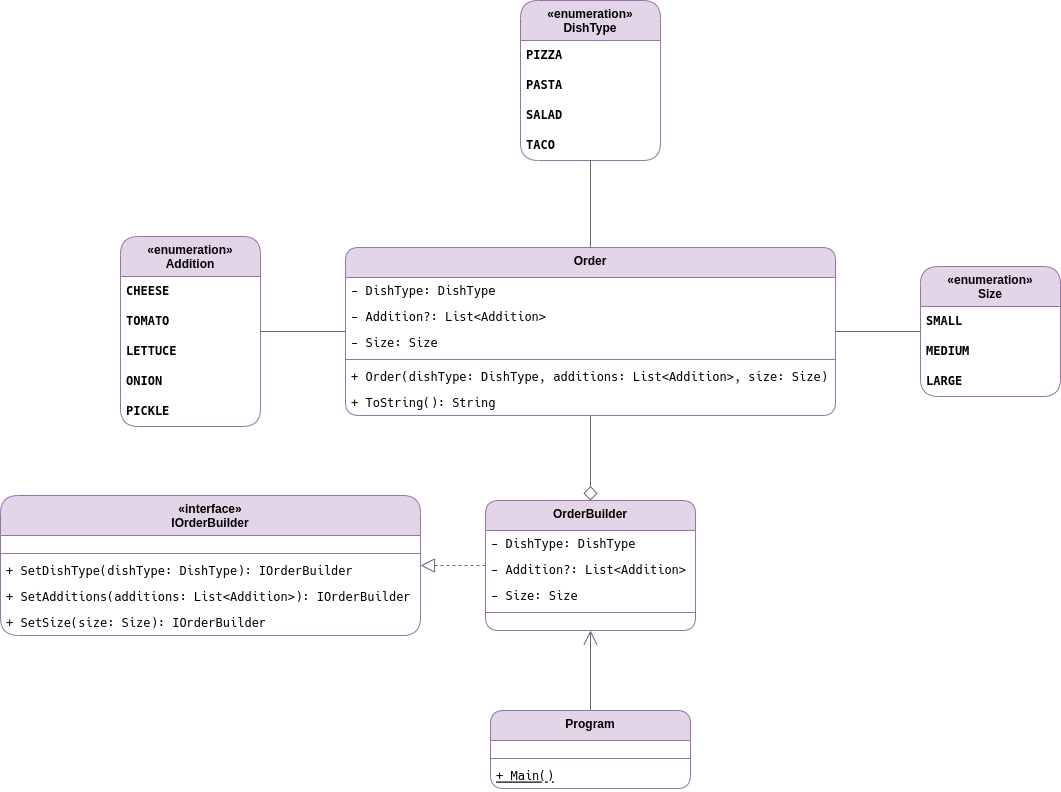
This is img/ClassDiagram-Builder.drawio.png from julianlasso-itm/creation-design-patterns, a draw.io export, as it was before one commit. Source tidied: cells renumbered, new cells last; positions are measured from the earlier drawing's top-left corner, leaving out a move shared by most shapes.
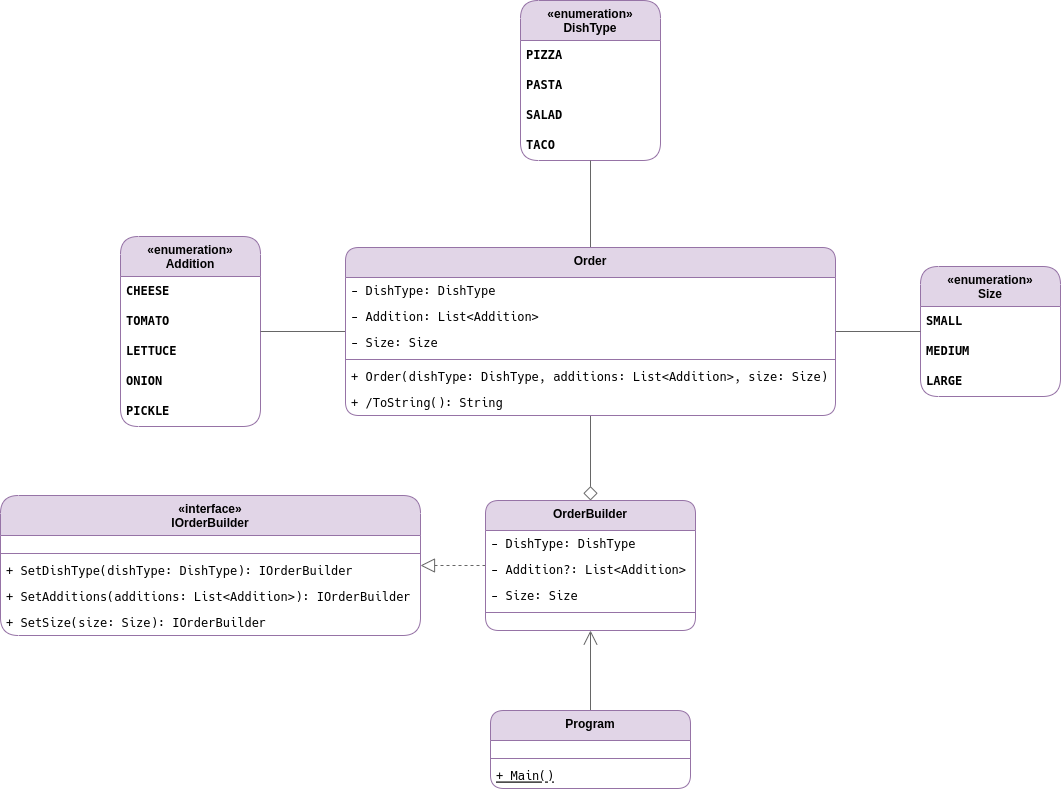
After the commit.

What changed in the source:
```diff
@@ -104,7 +104,7 @@
     <mxCell id="35" value="- DishType: DishType" style="text;strokeColor=none;fillColor=none;align=left;verticalAlign=top;spacingLeft=4;spacingRight=4;overflow=hidden;fontFamily=Hack Nerd Font Mono;" parent="34" vertex="1">
       <mxGeometry y="30" width="490" height="26" as="geometry" />
     </mxCell>
-    <mxCell id="36" value="- Addition?: List&lt;Addition&gt;" style="text;strokeColor=none;fillColor=none;align=left;verticalAlign=top;spacingLeft=4;spacingRight=4;overflow=hidden;fontFamily=Hack Nerd Font Mono;" parent="34" vertex="1">
+    <mxCell id="36" value="- Addition: List&lt;Addition&gt;" style="text;strokeColor=none;fillColor=none;align=left;verticalAlign=top;spacingLeft=4;spacingRight=4;overflow=hidden;fontFamily=Hack Nerd Font Mono;" parent="34" vertex="1">
       <mxGeometry y="56" width="490" height="26" as="geometry" />
     </mxCell>
     <mxCell id="37" value="- Size: Size" style="text;strokeColor=none;fillColor=none;align=left;verticalAlign=top;spacingLeft=4;spacingRight=4;overflow=hidden;fontFamily=Hack Nerd Font Mono;" parent="34" vertex="1">
@@ -116,7 +116,7 @@
     <mxCell id="39" value="+ Order(dishType: DishType, additions: List&lt;Addition&gt;, size: Size)" style="text;strokeColor=none;fillColor=none;align=left;verticalAlign=top;spacingLeft=4;spacingRight=4;overflow=hidden;fontFamily=Hack Nerd Font Mono;" parent="34" vertex="1">
       <mxGeometry y="116" width="490" height="26" as="geometry" />
     </mxCell>
-    <mxCell id="40" value="+ ToString(): String" style="text;strokeColor=none;fillColor=none;align=left;verticalAlign=top;spacingLeft=4;spacingRight=4;overflow=hidden;fontFamily=Hack Nerd Font Mono;" parent="34" vertex="1">
+    <mxCell id="40" value="+ /ToString(): String" style="text;strokeColor=none;fillColor=none;align=left;verticalAlign=top;spacingLeft=4;spacingRight=4;overflow=hidden;fontFamily=Hack Nerd Font Mono;fontStyle=0;" parent="34" vertex="1">
       <mxGeometry y="142" width="490" height="26" as="geometry" />
     </mxCell>
     <mxCell id="41" style="rounded=0;jettySize=auto;html=1;fillColor=#f5f5f5;strokeColor=#666666;endArrow=open;endFill=0;startArrow=none;startFill=0;endSize=12;startSize=12;" parent="1" edge="1" source="42" target="25">
```
